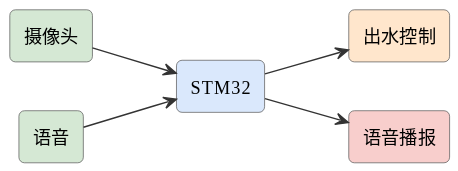
Above: assets/diagrams/ideas-fig91.svg in mingyi0818/IntelligentMcuCourse (PlantUML), before the change.
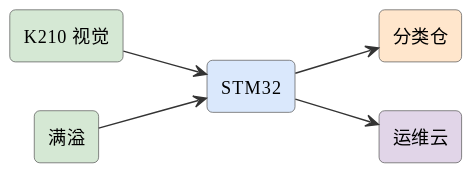
Later version of the same file.

The edit, as a diff of the source:
```diff
@@ -6,13 +6,13 @@
 skinparam arrowFontSize 11
 skinparam arrowColor #333
 left to right direction
-rectangle "摄像头" as cam #d5e8d4
-rectangle "语音" as mic #d5e8d4
+rectangle "K210 视觉" as cam #d5e8d4
 rectangle "STM32" as stm #dae8fc
-rectangle "出水控制" as valve #ffe6cc
-rectangle "语音播报" as spk #f8cecc
+rectangle "分类仓" as bin #ffe6cc
+rectangle "满溢" as fill #d5e8d4
+rectangle "运维云" as cloud #e1d5e8
 cam --> stm
-mic --> stm
-stm --> valve
-stm --> spk
+stm --> bin
+fill --> stm
+stm --> cloud
 @enduml
```
